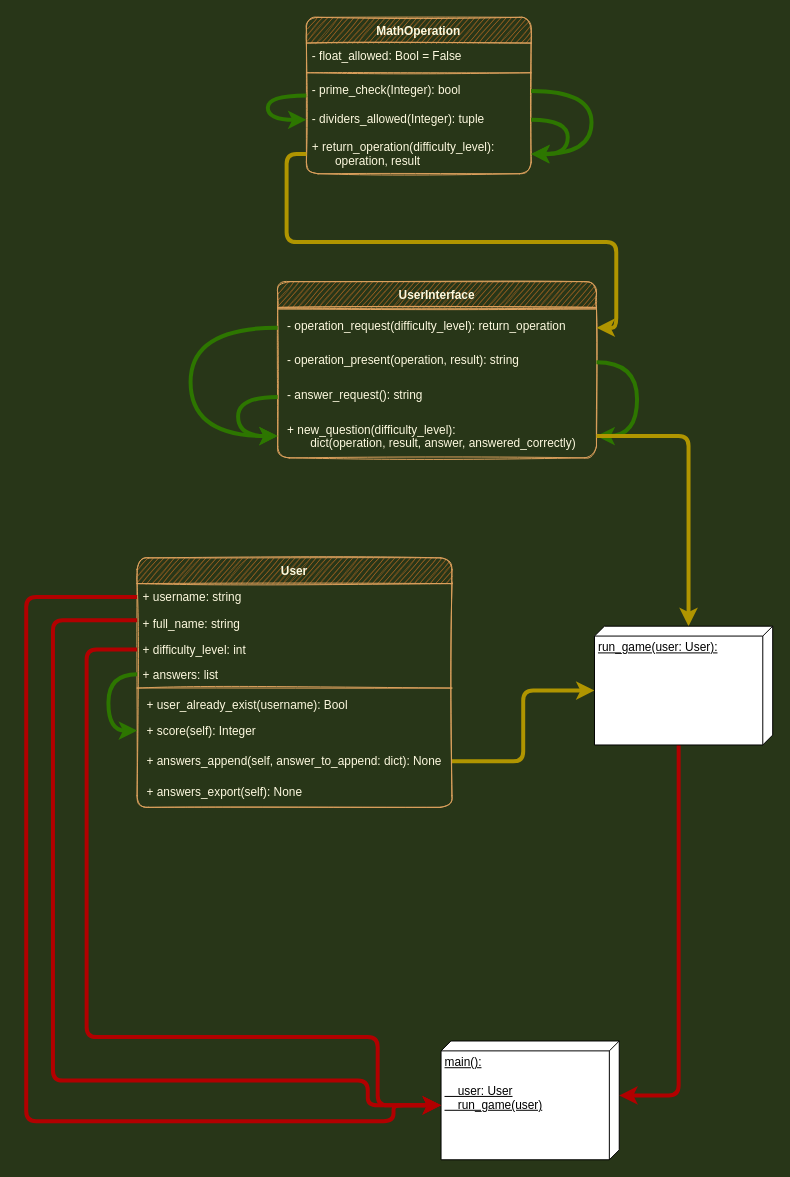
Before: MathGame.drawio in santunioni/MathGame, a draw.io diagram. Source tidied: cells renumbered, new cells numbered last; positions are measured from the earlier drawing's top-left corner, leaving out a move shared by most shapes. Both pictures are drawn from the tidied source at 99%, with x=0, y=0 at pixel (26, 17).
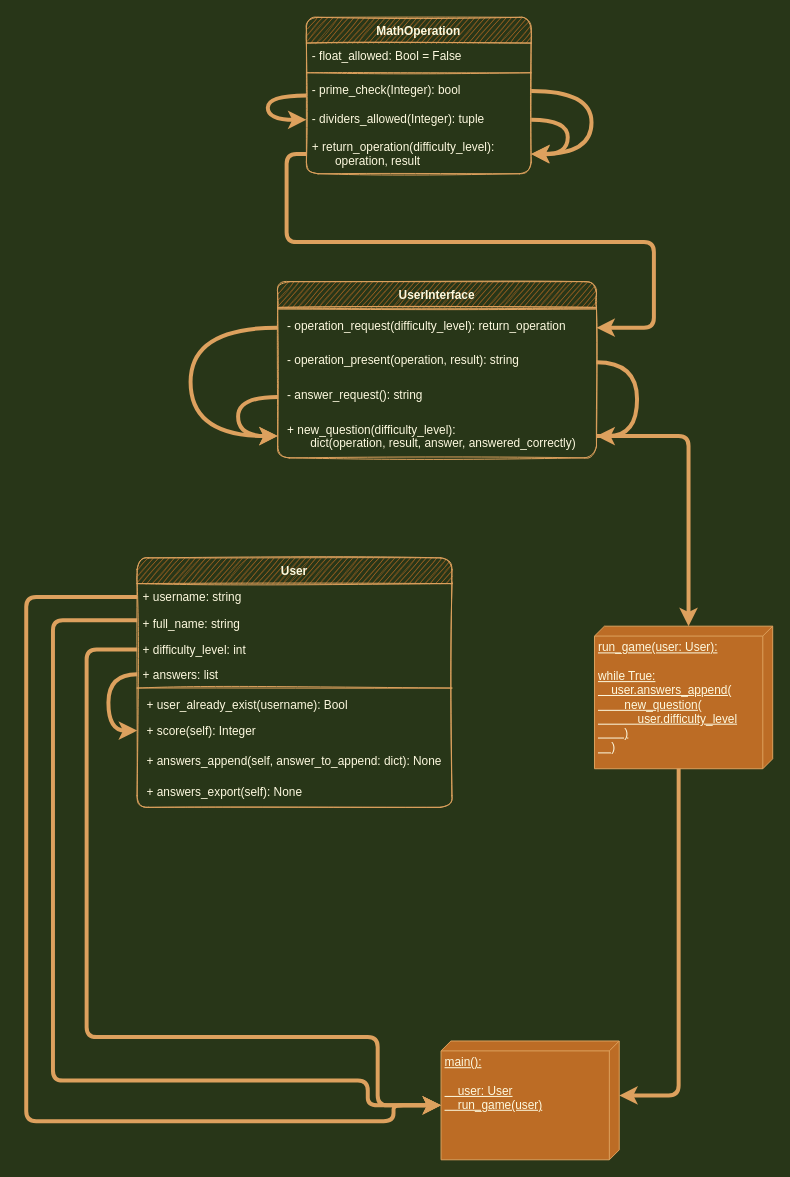
After the change.

The change refers to these unchanged cells:
```xml
<mxCell id="3" value="User" style="swimlane;fontStyle=1;align=center;verticalAlign=top;horizontal=1;startSize=26;fillColor=#BC6C25;strokeColor=#DDA15E;fontColor=#FEFAE0;sketch=1;rounded=1;" parent="1" vertex="1">
  <mxGeometry x="112" y="546" width="318" height="252" as="geometry" />
</mxCell>
<mxCell id="4" value="+ username: string" style="text;fillColor=none;align=left;verticalAlign=top;spacingLeft=4;spacingRight=4;overflow=hidden;points=[[0,0.5],[1,0.5]];portConstraint=eastwest;fontColor=#FEFAE0;sketch=1;rounded=1;" parent="3" vertex="1">
  <mxGeometry y="26" width="318" height="27" as="geometry" />
</mxCell>
<mxCell id="6" value="+ difficulty_level: int" style="text;fillColor=none;align=left;verticalAlign=top;spacingLeft=4;spacingRight=4;overflow=hidden;points=[[0,0.5],[1,0.5]];portConstraint=eastwest;fontColor=#FEFAE0;sketch=1;rounded=1;" parent="3" vertex="1">
  <mxGeometry y="80" width="318" height="25" as="geometry" />
</mxCell>
<mxCell id="8" value="+ answers: list" style="text;fillColor=none;align=left;verticalAlign=top;spacingLeft=4;spacingRight=4;overflow=hidden;points=[[0,0.5],[1,0.5]];portConstraint=eastwest;fontColor=#FEFAE0;sketch=1;rounded=1;" parent="3" vertex="1">
  <mxGeometry y="105" width="318" height="25" as="geometry" />
</mxCell>
<mxCell id="11" value="+ score(self): Integer" style="text;strokeColor=none;fillColor=none;align=left;verticalAlign=top;spacingLeft=6;spacingRight=4;overflow=hidden;points=[[0,0.5],[1,0.5]];portConstraint=eastwest;fontColor=#FEFAE0;sketch=1;rounded=1;spacing=4;" parent="3" vertex="1">
  <mxGeometry y="159" width="318" height="31" as="geometry" />
</mxCell>
<mxCell id="12" value="+ answers_append(self, answer_to_append: dict): None" style="text;strokeColor=none;fillColor=none;align=left;verticalAlign=top;spacingLeft=6;spacingRight=4;overflow=hidden;points=[[0,0.5],[1,0.5]];portConstraint=eastwest;fontColor=#FEFAE0;sketch=1;rounded=1;spacing=4;" parent="3" vertex="1">
  <mxGeometry y="190" width="318" height="31" as="geometry" />
</mxCell>
<mxCell id="14" value="MathOperation" style="swimlane;fontStyle=1;align=center;verticalAlign=top;horizontal=1;startSize=26;fillColor=#BC6C25;strokeColor=#DDA15E;fontColor=#FEFAE0;sketch=1;rounded=1;" parent="1" vertex="1">
  <mxGeometry x="283" width="227" height="158" as="geometry" />
</mxCell>
<mxCell id="18" value="- prime_check(Integer): bool" style="text;strokeColor=none;fillColor=none;align=left;verticalAlign=top;spacingLeft=4;spacingRight=4;overflow=hidden;points=[[0,0.5],[1,0.5]];portConstraint=eastwest;fontColor=#FEFAE0;sketch=1;rounded=1;" parent="14" vertex="1">
  <mxGeometry y="60" width="227" height="29" as="geometry" />
</mxCell>
<mxCell id="19" value="- dividers_allowed(Integer): tuple" style="text;strokeColor=none;fillColor=none;align=left;verticalAlign=top;spacingLeft=4;spacingRight=4;overflow=hidden;points=[[0,0.5],[1,0.5]];portConstraint=eastwest;fontColor=#FEFAE0;sketch=1;rounded=1;" parent="14" vertex="1">
  <mxGeometry y="89" width="227" height="29" as="geometry" />
</mxCell>
<mxCell id="20" value="+ return_operation(difficulty_level): &#10;       operation, result" style="text;strokeColor=none;fillColor=none;align=left;verticalAlign=top;spacingLeft=4;spacingRight=4;overflow=hidden;points=[[0,0.5],[1,0.5]];portConstraint=eastwest;fontColor=#FEFAE0;sketch=1;rounded=1;" parent="14" vertex="1">
  <mxGeometry y="118" width="227" height="40" as="geometry" />
</mxCell>
<mxCell id="23" value="UserInterface" style="swimlane;fontStyle=1;align=center;verticalAlign=top;horizontal=1;startSize=26;fillColor=#BC6C25;strokeColor=#DDA15E;fontColor=#FEFAE0;sketch=1;rounded=1;" parent="1" vertex="1">
  <mxGeometry x="254" y="267" width="322" height="178" as="geometry" />
</mxCell>
<mxCell id="26" value="- operation_request(difficulty_level): return_operation" style="text;strokeColor=none;fillColor=none;align=left;verticalAlign=top;spacingLeft=6;spacingRight=4;overflow=hidden;points=[[0,0.5],[1,0.5]];portConstraint=eastwest;fontColor=#FEFAE0;sketch=1;rounded=1;spacing=4;" parent="23" vertex="1">
  <mxGeometry y="29" width="322" height="35" as="geometry" />
</mxCell>
<mxCell id="27" value="- operation_present(operation, result): string" style="text;strokeColor=none;fillColor=none;align=left;verticalAlign=top;spacingLeft=6;spacingRight=4;overflow=hidden;points=[[0,0.5],[1,0.5]];portConstraint=eastwest;fontColor=#FEFAE0;sketch=1;rounded=1;spacing=4;" parent="23" vertex="1">
  <mxGeometry y="64" width="322" height="35" as="geometry" />
</mxCell>
<mxCell id="28" value="- answer_request(): string" style="text;strokeColor=none;fillColor=none;align=left;verticalAlign=top;spacingLeft=6;spacingRight=4;overflow=hidden;points=[[0,0.5],[1,0.5]];portConstraint=eastwest;fontColor=#FEFAE0;sketch=1;rounded=1;spacing=4;" parent="23" vertex="1">
  <mxGeometry y="99" width="322" height="35" as="geometry" />
</mxCell>
<mxCell id="29" value="+ new_question(difficulty_level):&#10;       dict(operation, result, answer, answered_correctly)" style="text;strokeColor=none;fillColor=none;align=left;verticalAlign=top;spacingLeft=6;spacingRight=4;overflow=hidden;points=[[0,0.5],[1,0.5]];portConstraint=eastwest;fontColor=#FEFAE0;sketch=1;rounded=1;spacing=4;" parent="23" vertex="1">
  <mxGeometry y="134" width="322" height="44" as="geometry" />
</mxCell>
```

The edit, as a diff of the source:
```diff
@@
-    <mxCell id="2" style="edgeStyle=orthogonalEdgeStyle;rounded=1;jettySize=auto;html=1;exitX=1;exitY=0.5;exitDx=0;exitDy=0;entryX=0;entryY=0;entryDx=65;entryDy=180;entryPerimeter=0;strokeWidth=4;fillColor=#e3c800;strokeColor=#B09500;" parent="1" edge="1" source="12" target="37">
-      <mxGeometry relative="1" as="geometry" />
-    </mxCell>
@@
-    <mxCell id="7" style="edgeStyle=orthogonalEdgeStyle;jettySize=auto;html=1;exitX=0;exitY=0.5;exitDx=0;exitDy=0;entryX=0;entryY=0.5;entryDx=0;entryDy=0;strokeWidth=4;fillColor=#60a917;strokeColor=#2D7600;curved=1;" parent="3" edge="1" source="8" target="11">
+    <mxCell id="7" style="edgeStyle=orthogonalEdgeStyle;jettySize=auto;html=1;exitX=0;exitY=0.5;exitDx=0;exitDy=0;entryX=0;entryY=0.5;entryDx=0;entryDy=0;strokeWidth=4;fillColor=#BC6C25;strokeColor=#DDA15E;curved=1;labelBackgroundColor=#283618;fontColor=#FEFAE0;" parent="3" edge="1" source="8" target="11">
       <mxGeometry relative="1" as="geometry">
         <Array as="points">
           <mxPoint x="-29" y="118" />
           <mxPoint x="-29" y="175" />
         </Array>
       </mxGeometry>
     </mxCell>
@@
-    <mxCell id="9" style="line;strokeWidth=1;fillColor=none;align=left;verticalAlign=middle;spacingTop=-1;spacingLeft=3;spacingRight=3;labelPosition=right;strokeColor=#DDA15E;fontColor=#FEFAE0;labelBackgroundColor=#283618;sketch=1;rounded=1;" parent="3" vertex="1">
+    <mxCell id="9" style="line;strokeWidth=1;fillColor=none;align=left;verticalAlign=middle;spacingTop=-1;spacingLeft=3;spacingRight=3;labelPosition=right;strokeColor=#DDA15E;fontColor=#FEFAE0;sketch=1;rounded=1;labelBackgroundColor=#283618;" parent="3" vertex="1">
       <mxGeometry y="130" width="318" height="3" as="geometry" />
     </mxCell>
@@
-    <mxCell id="16" style="line;strokeWidth=1;fillColor=none;align=left;verticalAlign=middle;spacingTop=-1;spacingLeft=3;spacingRight=3;labelPosition=right;strokeColor=#DDA15E;fontColor=#FEFAE0;labelBackgroundColor=#283618;sketch=1;rounded=1;" parent="14" vertex="1">
+    <mxCell id="16" style="line;strokeWidth=1;fillColor=none;align=left;verticalAlign=middle;spacingTop=-1;spacingLeft=3;spacingRight=3;labelPosition=right;strokeColor=#DDA15E;fontColor=#FEFAE0;sketch=1;rounded=1;labelBackgroundColor=#283618;" parent="14" vertex="1">
       <mxGeometry y="52" width="227" height="8" as="geometry" />
     </mxCell>
-    <mxCell id="17" style="edgeStyle=orthogonalEdgeStyle;curved=1;sketch=0;jettySize=auto;html=1;exitX=1;exitY=0.5;exitDx=0;exitDy=0;entryX=1;entryY=0.5;entryDx=0;entryDy=0;strokeColor=#2D7600;strokeWidth=4;fillColor=#60a917;" parent="14" edge="1" source="18" target="20">
+    <mxCell id="17" style="edgeStyle=orthogonalEdgeStyle;curved=1;sketch=0;jettySize=auto;html=1;exitX=1;exitY=0.5;exitDx=0;exitDy=0;entryX=1;entryY=0.5;entryDx=0;entryDy=0;strokeColor=#DDA15E;strokeWidth=4;fillColor=#BC6C25;labelBackgroundColor=#283618;fontColor=#FEFAE0;" parent="14" edge="1" source="18" target="20">
       <mxGeometry relative="1" as="geometry">
         <Array as="points">
           <mxPoint x="288" y="74" />
           <mxPoint x="288" y="138" />
         </Array>
       </mxGeometry>
     </mxCell>
@@
-    <mxCell id="21" style="edgeStyle=orthogonalEdgeStyle;sketch=0;jettySize=auto;html=1;exitX=0;exitY=0.5;exitDx=0;exitDy=0;entryX=0;entryY=0.5;entryDx=0;entryDy=0;strokeColor=#2D7600;strokeWidth=4;fillColor=#60a917;curved=1;" parent="14" edge="1" source="14" target="19">
+    <mxCell id="21" style="edgeStyle=orthogonalEdgeStyle;sketch=0;jettySize=auto;html=1;exitX=0;exitY=0.5;exitDx=0;exitDy=0;entryX=0;entryY=0.5;entryDx=0;entryDy=0;strokeColor=#DDA15E;strokeWidth=4;fillColor=#BC6C25;curved=1;labelBackgroundColor=#283618;fontColor=#FEFAE0;" parent="14" edge="1" source="14" target="19">
       <mxGeometry relative="1" as="geometry">
         <Array as="points">
           <mxPoint x="-39" y="79" />
           <mxPoint x="-39" y="103" />
         </Array>
       </mxGeometry>
     </mxCell>
-    <mxCell id="22" style="edgeStyle=orthogonalEdgeStyle;curved=1;sketch=0;jettySize=auto;html=1;exitX=1;exitY=0.5;exitDx=0;exitDy=0;strokeColor=#2D7600;strokeWidth=4;fillColor=#60a917;entryX=1;entryY=0.5;entryDx=0;entryDy=0;" parent="14" edge="1" source="19" target="20">
+    <mxCell id="22" style="edgeStyle=orthogonalEdgeStyle;curved=1;sketch=0;jettySize=auto;html=1;exitX=1;exitY=0.5;exitDx=0;exitDy=0;strokeColor=#DDA15E;strokeWidth=4;fillColor=#BC6C25;entryX=1;entryY=0.5;entryDx=0;entryDy=0;labelBackgroundColor=#283618;fontColor=#FEFAE0;" parent="14" edge="1" source="19" target="20">
       <mxGeometry relative="1" as="geometry">
         <Array as="points">
           <mxPoint x="264" y="104" />
           <mxPoint x="264" y="139" />
           <mxPoint x="227" y="139" />
         </Array>
       </mxGeometry>
     </mxCell>
@@
-    <mxCell id="24" style="edgeStyle=orthogonalEdgeStyle;jettySize=auto;html=1;exitX=0;exitY=0.5;exitDx=0;exitDy=0;entryX=0;entryY=0.5;entryDx=0;entryDy=0;strokeColor=#2D7600;fillColor=#60a917;strokeWidth=4;curved=1;" parent="23" edge="1" source="28" target="29">
+    <mxCell id="24" style="edgeStyle=orthogonalEdgeStyle;jettySize=auto;html=1;exitX=0;exitY=0.5;exitDx=0;exitDy=0;entryX=0;entryY=0.5;entryDx=0;entryDy=0;strokeColor=#DDA15E;fillColor=#BC6C25;strokeWidth=4;curved=1;labelBackgroundColor=#283618;fontColor=#FEFAE0;" parent="23" edge="1" source="28" target="29">
       <mxGeometry relative="1" as="geometry">
         <Array as="points">
           <mxPoint x="-40" y="116" />
           <mxPoint x="-40" y="156" />
         </Array>
       </mxGeometry>
     </mxCell>
-    <mxCell id="25" style="line;strokeWidth=1;fillColor=none;align=left;verticalAlign=middle;spacingTop=-1;spacingLeft=3;spacingRight=3;labelPosition=right;strokeColor=#DDA15E;fontColor=#FEFAE0;labelBackgroundColor=#283618;sketch=1;rounded=1;" parent="23" vertex="1">
+    <mxCell id="25" style="line;strokeWidth=1;fillColor=none;align=left;verticalAlign=middle;spacingTop=-1;spacingLeft=3;spacingRight=3;labelPosition=right;strokeColor=#DDA15E;fontColor=#FEFAE0;sketch=1;rounded=1;labelBackgroundColor=#283618;" parent="23" vertex="1">
       <mxGeometry y="26" width="322" height="3" as="geometry" />
     </mxCell>
@@
-    <mxCell id="30" style="edgeStyle=orthogonalEdgeStyle;jettySize=auto;html=1;exitX=1;exitY=0.5;exitDx=0;exitDy=0;entryX=1;entryY=0.5;entryDx=0;entryDy=0;strokeColor=#2D7600;fillColor=#60a917;strokeWidth=4;curved=1;" parent="23" edge="1" source="27" target="29">
+    <mxCell id="30" style="edgeStyle=orthogonalEdgeStyle;jettySize=auto;html=1;exitX=1;exitY=0.5;exitDx=0;exitDy=0;entryX=1;entryY=0.5;entryDx=0;entryDy=0;strokeColor=#DDA15E;fillColor=#BC6C25;strokeWidth=4;curved=1;labelBackgroundColor=#283618;fontColor=#FEFAE0;" parent="23" edge="1" source="27" target="29">
       <mxGeometry relative="1" as="geometry">
         <Array as="points">
           <mxPoint x="363" y="82" />
           <mxPoint x="363" y="156" />
         </Array>
       </mxGeometry>
     </mxCell>
-    <mxCell id="31" style="edgeStyle=orthogonalEdgeStyle;jettySize=auto;html=1;exitX=0;exitY=0.5;exitDx=0;exitDy=0;entryX=0;entryY=0.5;entryDx=0;entryDy=0;strokeColor=#2D7600;fillColor=#60a917;strokeWidth=4;curved=1;" parent="23" edge="1" source="26" target="29">
+    <mxCell id="31" style="edgeStyle=orthogonalEdgeStyle;jettySize=auto;html=1;exitX=0;exitY=0.5;exitDx=0;exitDy=0;entryX=0;entryY=0.5;entryDx=0;entryDy=0;strokeColor=#DDA15E;fillColor=#BC6C25;strokeWidth=4;curved=1;labelBackgroundColor=#283618;fontColor=#FEFAE0;" parent="23" edge="1" source="26" target="29">
       <mxGeometry relative="1" as="geometry">
         <Array as="points">
           <mxPoint x="-88" y="46" />
           <mxPoint x="-88" y="156" />
         </Array>
       </mxGeometry>
     </mxCell>
-    <mxCell id="32" style="edgeStyle=orthogonalEdgeStyle;rounded=1;sketch=0;jettySize=auto;html=1;exitX=0;exitY=0.5;exitDx=0;exitDy=0;fillColor=#e3c800;fontColor=#FEFAE0;strokeColor=#B09500;anchorPointDirection=1;arcSize=20;strokeWidth=4;entryX=1;entryY=0.5;entryDx=0;entryDy=0;" parent="1" edge="1" source="20" target="26">
-      <mxGeometry relative="1" as="geometry" />
+    <mxCell id="32" style="edgeStyle=orthogonalEdgeStyle;rounded=1;sketch=0;jettySize=auto;html=1;exitX=0;exitY=0.5;exitDx=0;exitDy=0;fillColor=#BC6C25;fontColor=#FEFAE0;strokeColor=#DDA15E;anchorPointDirection=1;arcSize=20;strokeWidth=4;entryX=1;entryY=0.5;entryDx=0;entryDy=0;labelBackgroundColor=#283618;" parent="1" edge="1" source="20" target="26">
+      <mxGeometry relative="1" as="geometry">
+        <Array as="points">
+          <mxPoint x="263" y="138" />
+          <mxPoint x="263" y="227" />
+          <mxPoint x="634" y="227" />
+          <mxPoint x="634" y="314" />
+        </Array>
+      </mxGeometry>
     </mxCell>
-    <mxCell id="33" style="edgeStyle=orthogonalEdgeStyle;sketch=0;jettySize=auto;html=1;exitX=1;exitY=0.5;exitDx=0;exitDy=0;strokeWidth=4;fillColor=#e3c800;strokeColor=#B09500;entryX=0;entryY=0;entryDx=0;entryDy=85;entryPerimeter=0;rounded=1;" parent="1" edge="1" source="29" target="37">
+    <mxCell id="33" style="edgeStyle=orthogonalEdgeStyle;sketch=0;jettySize=auto;html=1;exitX=1;exitY=0.5;exitDx=0;exitDy=0;strokeWidth=4;fillColor=#BC6C25;strokeColor=#DDA15E;entryX=0;entryY=0;entryDx=0;entryDy=85;entryPerimeter=0;rounded=1;labelBackgroundColor=#283618;fontColor=#FEFAE0;" parent="1" edge="1" source="29" target="37">
       <mxGeometry relative="1" as="geometry" />
     </mxCell>
-    <mxCell id="34" style="edgeStyle=orthogonalEdgeStyle;sketch=0;jettySize=auto;html=1;exitX=0;exitY=0.5;exitDx=0;exitDy=0;strokeWidth=4;fillColor=#e51400;strokeColor=#B20000;rounded=1;entryX=0;entryY=0;entryDx=65;entryDy=180;entryPerimeter=0;" parent="1" edge="1" source="4" target="35">
+    <mxCell id="34" style="edgeStyle=orthogonalEdgeStyle;sketch=0;jettySize=auto;html=1;exitX=0;exitY=0.5;exitDx=0;exitDy=0;strokeWidth=4;fillColor=#BC6C25;strokeColor=#DDA15E;rounded=1;entryX=0;entryY=0;entryDx=65;entryDy=180;entryPerimeter=0;labelBackgroundColor=#283618;fontColor=#FEFAE0;" parent="1" edge="1" source="4" target="35">
       <mxGeometry relative="1" as="geometry">
         <Array as="points">
           <mxPoint y="586" />
           <mxPoint y="1115" />
           <mxPoint x="371" y="1115" />
           <mxPoint x="371" y="1099" />
         </Array>
       </mxGeometry>
     </mxCell>
-    <mxCell id="35" value="main():&lt;br&gt;&lt;br&gt;&amp;nbsp; &amp;nbsp; user: User&lt;br&gt;&amp;nbsp; &amp;nbsp; run_game(user)" style="verticalAlign=top;align=left;spacingTop=8;spacingLeft=2;spacingRight=12;shape=cube;size=10;direction=south;fontStyle=4;html=1;" parent="1" vertex="1">
+    <mxCell id="35" value="main():&lt;br&gt;&lt;br&gt;&amp;nbsp; &amp;nbsp; user: User&lt;br&gt;&amp;nbsp; &amp;nbsp; run_game(user)" style="verticalAlign=top;align=left;spacingTop=8;spacingLeft=2;spacingRight=12;shape=cube;size=10;direction=south;fontStyle=4;html=1;fillColor=#BC6C25;strokeColor=#DDA15E;fontColor=#FEFAE0;" parent="1" vertex="1">
       <mxGeometry x="419" y="1034" width="180" height="120" as="geometry" />
     </mxCell>
-    <mxCell id="36" style="edgeStyle=orthogonalEdgeStyle;rounded=1;jettySize=auto;html=1;exitX=0;exitY=0;exitDx=120;exitDy=95;exitPerimeter=0;entryX=0;entryY=0;entryDx=55;entryDy=0;entryPerimeter=0;strokeWidth=4;fillColor=#e51400;strokeColor=#B20000;" parent="1" edge="1" source="37" target="35">
+    <mxCell id="36" style="edgeStyle=orthogonalEdgeStyle;rounded=1;jettySize=auto;html=1;exitX=0;exitY=0;exitDx=120;exitDy=95;exitPerimeter=0;entryX=0;entryY=0;entryDx=55;entryDy=0;entryPerimeter=0;strokeWidth=4;fillColor=#BC6C25;strokeColor=#DDA15E;labelBackgroundColor=#283618;fontColor=#FEFAE0;" parent="1" edge="1" source="37" target="35">
       <mxGeometry relative="1" as="geometry" />
     </mxCell>
-    <mxCell id="37" value="run_game(user: User):" style="verticalAlign=top;align=left;spacingTop=8;spacingLeft=2;spacingRight=12;shape=cube;size=10;direction=south;fontStyle=4;html=1;" parent="1" vertex="1">
-      <mxGeometry x="574" y="615" width="180" height="120" as="geometry" />
+    <mxCell id="37" value="run_game(user: User):&lt;br&gt;&lt;br&gt;while True:&lt;br&gt;&amp;nbsp; &amp;nbsp; user.answers_append(&lt;br&gt;&amp;nbsp; &amp;nbsp; &amp;nbsp; &amp;nbsp; new_question(&lt;br&gt;&amp;nbsp; &amp;nbsp; &amp;nbsp; &amp;nbsp; &amp;nbsp; &amp;nbsp; user.difficulty_level&lt;br&gt;&amp;nbsp; &amp;nbsp; &amp;nbsp; &amp;nbsp; )&lt;br&gt;&amp;nbsp; &amp;nbsp; )" style="verticalAlign=top;align=left;spacingTop=8;spacingLeft=2;spacingRight=12;shape=cube;size=10;direction=south;fontStyle=4;html=1;fillColor=#BC6C25;strokeColor=#DDA15E;fontColor=#FEFAE0;" parent="1" vertex="1">
+      <mxGeometry x="574" y="615" width="180" height="144" as="geometry" />
     </mxCell>
-    <mxCell id="38" style="edgeStyle=orthogonalEdgeStyle;rounded=1;jettySize=auto;html=1;exitX=0;exitY=0.25;exitDx=0;exitDy=0;fillColor=#e51400;strokeColor=#B20000;strokeWidth=4;entryX=0;entryY=0;entryDx=65;entryDy=180;entryPerimeter=0;" parent="1" edge="1" source="3" target="35">
+    <mxCell id="38" style="edgeStyle=orthogonalEdgeStyle;rounded=1;jettySize=auto;html=1;exitX=0;exitY=0.25;exitDx=0;exitDy=0;fillColor=#BC6C25;strokeColor=#DDA15E;strokeWidth=4;entryX=0;entryY=0;entryDx=65;entryDy=180;entryPerimeter=0;labelBackgroundColor=#283618;fontColor=#FEFAE0;" parent="1" edge="1" source="3" target="35">
       <mxGeometry relative="1" as="geometry">
         <Array as="points">
           <mxPoint x="27" y="609" />
           <mxPoint x="27" y="1074" />
           <mxPoint x="345" y="1074" />
           <mxPoint x="345" y="1099" />
         </Array>
       </mxGeometry>
     </mxCell>
-    <mxCell id="39" style="edgeStyle=orthogonalEdgeStyle;rounded=1;jettySize=auto;html=1;exitX=0;exitY=0.5;exitDx=0;exitDy=0;fillColor=#e51400;strokeColor=#B20000;strokeWidth=4;entryX=0;entryY=0;entryDx=65;entryDy=180;entryPerimeter=0;" parent="1" edge="1" source="6" target="35">
+    <mxCell id="39" style="edgeStyle=orthogonalEdgeStyle;rounded=1;jettySize=auto;html=1;exitX=0;exitY=0.5;exitDx=0;exitDy=0;fillColor=#BC6C25;strokeColor=#DDA15E;strokeWidth=4;entryX=0;entryY=0;entryDx=65;entryDy=180;entryPerimeter=0;labelBackgroundColor=#283618;fontColor=#FEFAE0;" parent="1" edge="1" source="6" target="35">
       <mxGeometry relative="1" as="geometry">
         <Array as="points">
           <mxPoint x="61" y="639" />
           <mxPoint x="61" y="1030" />
           <mxPoint x="355" y="1030" />
           <mxPoint x="355" y="1099" />
         </Array>
       </mxGeometry>
     </mxCell>
```
